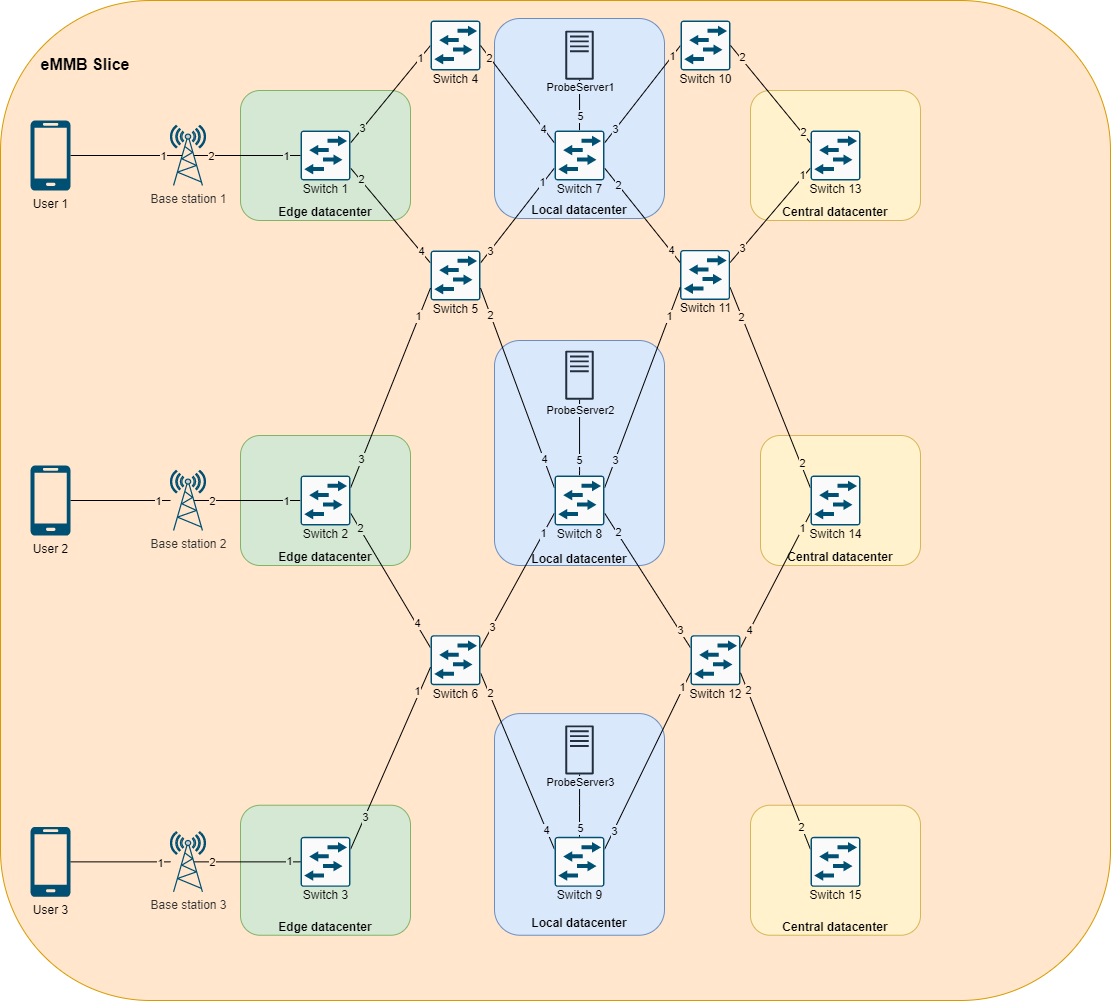
Above: images/scenario_EEE.png in SuperboGiuseppe/sdn_slicing_blueprint (draw.io), before the change. Source tidied: cells renumbered, new cells last; positions are measured from the earlier drawing's top-left corner, leaving out a move shared by most shapes.
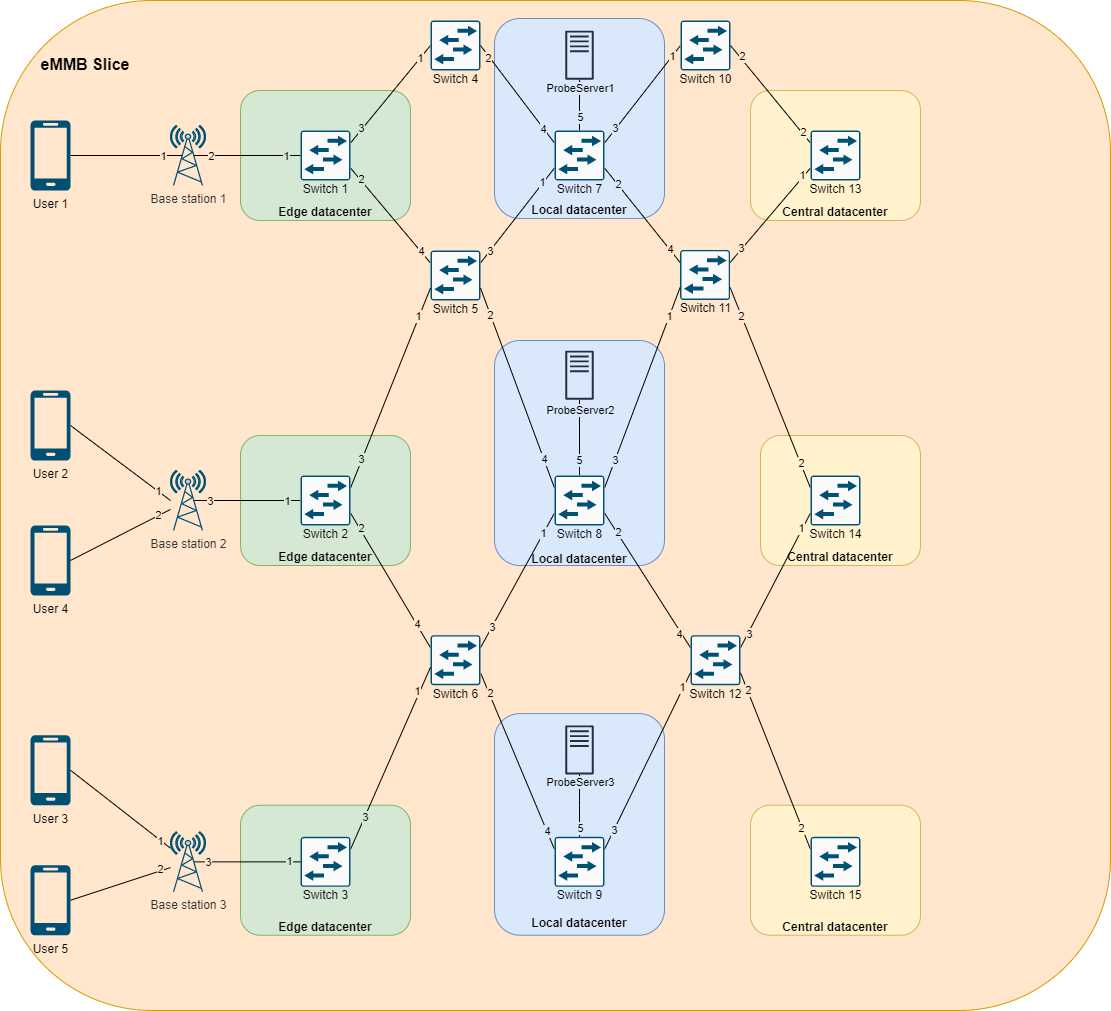
After the change.

Diff of the diagram source:
```diff
@@ -3,7 +3,7 @@
     <mxCell id="0" />
     <mxCell id="1" parent="0" />
     <mxCell id="2" style="rounded=1;whiteSpace=wrap;html=1;fillColor=#ffe6cc;strokeColor=#d79b00;" parent="1" vertex="1">
-      <mxGeometry width="1110" height="1000" as="geometry" />
+      <mxGeometry width="1110" height="1010" as="geometry" />
     </mxCell>
     <mxCell id="3" value="&lt;br&gt;&lt;br&gt;&lt;br&gt;&lt;br&gt;&lt;br&gt;&lt;br&gt;&lt;br&gt;&lt;br&gt;&lt;b&gt;Edge datacenter&lt;/b&gt;" style="rounded=1;whiteSpace=wrap;html=1;fillColor=#d5e8d4;strokeColor=#82b366;" parent="1" vertex="1">
       <mxGeometry x="240" y="804.7" width="170" height="130" as="geometry" />
@@ -211,9 +211,9 @@
     <mxCell id="56" value="1" style="edgeLabel;html=1;align=center;verticalAlign=middle;labelBackgroundColor=#D5E8D4;" parent="55" vertex="1">
       <mxGeometry x="-0.73" relative="1" as="geometry" />
     </mxCell>
-    <mxCell id="57" value="2" style="edgeLabel;html=1;align=center;verticalAlign=middle;fontColor=#000000;labelBackgroundColor=#FFE6CC;" parent="55" vertex="1">
-      <mxGeometry x="0.65" relative="1" as="geometry" />
-    </mxCell>
+    <mxCell id="122" value="3" style="edgeLabel;html=1;align=center;verticalAlign=middle;labelBackgroundColor=#FFE6CC;" parent="55" vertex="1">
+      <mxGeometry x="0.71" relative="1" as="geometry" />
+    </mxCell>
     <mxCell id="58" value="Switch 2" style="points=[[0.015,0.015,0],[0.985,0.015,0],[0.985,0.985,0],[0.015,0.985,0],[0.25,0,0],[0.5,0,0],[0.75,0,0],[1,0.25,0],[1,0.5,0],[1,0.75,0],[0.75,1,0],[0.5,1,0],[0.25,1,0],[0,0.75,0],[0,0.5,0],[0,0.25,0]];verticalLabelPosition=bottom;html=1;verticalAlign=top;align=center;shape=mxgraph.cisco19.rect;prIcon=l2_switch;fillColor=#FAFAFA;strokeColor=#005073;spacing=-3;" parent="1" vertex="1">
       <mxGeometry x="300" y="475" width="50" height="50" as="geometry" />
     </mxCell>
@@ -278,9 +278,9 @@
         <mxPoint x="-5" y="-8" as="offset" />
       </mxGeometry>
     </mxCell>
-    <mxCell id="74" value="3" style="edgeLabel;html=1;align=center;verticalAlign=middle;fontColor=#000000;labelBackgroundColor=#FFE6CC;" parent="72" vertex="1">
-      <mxGeometry x="0.74" y="1" relative="1" as="geometry" />
-    </mxCell>
+    <mxCell id="81" value="4" style="edgeLabel;html=1;align=center;verticalAlign=middle;labelBorderColor=none;labelBackgroundColor=#FFE6CC;" parent="72" vertex="1">
+      <mxGeometry x="0.78" y="-2" relative="1" as="geometry" />
+    </mxCell>
     <mxCell id="75" style="edgeStyle=orthogonalEdgeStyle;rounded=0;jettySize=auto;html=1;exitX=0.5;exitY=0;exitDx=0;exitDy=0;exitPerimeter=0;endArrow=none;endFill=0;" parent="1" edge="1" source="78" target="120">
       <mxGeometry relative="1" as="geometry">
         <Array as="points">
@@ -306,11 +306,9 @@
     <mxCell id="80" value="1" style="edgeLabel;html=1;align=center;verticalAlign=middle;fontColor=#000000;labelBackgroundColor=#FFF2CC;" parent="79" vertex="1">
       <mxGeometry x="0.76" y="1" relative="1" as="geometry" />
     </mxCell>
-    <mxCell id="81" value="4" style="edgeLabel;html=1;align=center;verticalAlign=middle;fontColor=#000000;labelBackgroundColor=#FFE6CC;" parent="79" vertex="1">
-      <mxGeometry x="-0.69" relative="1" as="geometry">
-        <mxPoint x="-2" y="3" as="offset" />
-      </mxGeometry>
-    </mxCell>
+    <mxCell id="123" value="3" style="edgeLabel;html=1;align=center;verticalAlign=middle;labelBackgroundColor=#FFE6CC;" parent="79" vertex="1">
+      <mxGeometry x="-0.79" y="-1" relative="1" as="geometry" />
+    </mxCell>
     <mxCell id="82" value="Switch 12" style="points=[[0.015,0.015,0],[0.985,0.015,0],[0.985,0.985,0],[0.015,0.985,0],[0.25,0,0],[0.5,0,0],[0.75,0,0],[1,0.25,0],[1,0.5,0],[1,0.75,0],[0.75,1,0],[0.5,1,0],[0.25,1,0],[0,0.75,0],[0,0.5,0],[0,0.25,0]];verticalLabelPosition=bottom;html=1;verticalAlign=top;align=center;shape=mxgraph.cisco19.rect;prIcon=l2_switch;fillColor=#FAFAFA;strokeColor=#005073;spacing=-3;" parent="1" vertex="1">
       <mxGeometry x="690" y="634.7" width="50" height="50" as="geometry" />
     </mxCell>
@@ -399,14 +397,12 @@
     <mxCell id="105" style="edgeStyle=orthogonalEdgeStyle;rounded=0;jettySize=auto;html=1;exitX=0.67;exitY=0.5;exitDx=0;exitDy=0;exitPerimeter=0;entryX=0;entryY=0.5;entryDx=0;entryDy=0;entryPerimeter=0;endArrow=none;endFill=0;" parent="1" edge="1" source="108" target="88">
       <mxGeometry relative="1" as="geometry" />
     </mxCell>
-    <mxCell id="106" value="2" style="edgeLabel;html=1;align=center;verticalAlign=middle;fontColor=#000000;labelBackgroundColor=#FFE6CC;" parent="105" vertex="1">
-      <mxGeometry x="-0.66" y="1" relative="1" as="geometry">
-        <mxPoint y="1" as="offset" />
-      </mxGeometry>
-    </mxCell>
     <mxCell id="107" value="1" style="edgeLabel;html=1;align=center;verticalAlign=middle;fontColor=#000000;labelBackgroundColor=#D5E8D4;" parent="105" vertex="1">
       <mxGeometry x="0.78" y="1" relative="1" as="geometry" />
     </mxCell>
+    <mxCell id="124" value="3" style="edgeLabel;html=1;align=center;verticalAlign=middle;labelBackgroundColor=#FFE6CC;" parent="105" vertex="1">
+      <mxGeometry x="-0.75" relative="1" as="geometry" />
+    </mxCell>
     <mxCell id="108" value="&lt;font color=&quot;#333333&quot;&gt;Base station 3&lt;br&gt;&lt;/font&gt;" style="fontColor=#0066CC;verticalAlign=top;verticalLabelPosition=bottom;labelPosition=center;align=center;html=1;outlineConnect=0;fillColor=#CCCCCC;gradientColor=none;gradientDirection=north;strokeWidth=2;shape=mxgraph.networks.radio_tower;strokeColor=#005073;" parent="1" vertex="1">
       <mxGeometry x="170" y="831.4" width="35" height="60" as="geometry" />
     </mxCell>
@@ -421,23 +417,25 @@
     <mxCell id="111" value="User 1" style="verticalLabelPosition=bottom;html=1;verticalAlign=top;align=center;strokeColor=none;shape=mxgraph.azure.mobile;fillColor=#005073;" parent="1" vertex="1">
       <mxGeometry x="30" y="120" width="40" height="70" as="geometry" />
     </mxCell>
-    <mxCell id="112" style="edgeStyle=orthogonalEdgeStyle;rounded=0;jettySize=auto;html=1;exitX=1;exitY=0.5;exitDx=0;exitDy=0;exitPerimeter=0;endArrow=none;endFill=0;" parent="1" edge="1" source="114" target="104">
-      <mxGeometry relative="1" as="geometry" />
+    <mxCell id="112" style="rounded=0;jettySize=auto;html=1;exitX=1;exitY=0.5;exitDx=0;exitDy=0;exitPerimeter=0;endArrow=none;endFill=0;" parent="1" edge="1" source="114">
+      <mxGeometry relative="1" as="geometry">
+        <mxPoint x="170" y="500" as="targetPoint" />
+      </mxGeometry>
     </mxCell>
     <mxCell id="113" value="1" style="edgeLabel;html=1;align=center;verticalAlign=middle;fontColor=#000000;labelBackgroundColor=#FFE6CC;" parent="112" vertex="1">
       <mxGeometry x="0.75" relative="1" as="geometry" />
     </mxCell>
     <mxCell id="114" value="User 2" style="verticalLabelPosition=bottom;html=1;verticalAlign=top;align=center;strokeColor=none;shape=mxgraph.azure.mobile;fillColor=#005073;" parent="1" vertex="1">
-      <mxGeometry x="30" y="465" width="40" height="70" as="geometry" />
+      <mxGeometry x="30" y="390" width="40" height="70" as="geometry" />
     </mxCell>
-    <mxCell id="115" style="edgeStyle=orthogonalEdgeStyle;rounded=0;jettySize=auto;html=1;exitX=1;exitY=0.5;exitDx=0;exitDy=0;exitPerimeter=0;fontColor=#000000;endArrow=none;endFill=0;" parent="1" edge="1" source="117" target="108">
+    <mxCell id="115" style="rounded=0;jettySize=auto;html=1;exitX=1;exitY=0.5;exitDx=0;exitDy=0;exitPerimeter=0;fontColor=#000000;endArrow=none;endFill=0;" parent="1" edge="1" source="117" target="108">
       <mxGeometry relative="1" as="geometry" />
     </mxCell>
     <mxCell id="116" value="1" style="edgeLabel;html=1;align=center;verticalAlign=middle;fontColor=#000000;labelBorderColor=none;labelBackgroundColor=#FFE6CC;" parent="115" vertex="1">
       <mxGeometry x="0.79" y="-1" relative="1" as="geometry" />
     </mxCell>
     <mxCell id="117" value="User 3" style="verticalLabelPosition=bottom;html=1;verticalAlign=top;align=center;strokeColor=none;shape=mxgraph.azure.mobile;fillColor=#005073;" parent="1" vertex="1">
-      <mxGeometry x="30" y="826.4" width="40" height="70" as="geometry" />
+      <mxGeometry x="30" y="734.7" width="40" height="70" as="geometry" />
     </mxCell>
     <mxCell id="118" value="&lt;b&gt;&lt;font style=&quot;font-size: 16px&quot;&gt;eMMB Slice&lt;/font&gt;&lt;/b&gt;" style="text;html=1;strokeColor=none;fillColor=none;align=center;verticalAlign=middle;whiteSpace=wrap;rounded=0;" parent="1" vertex="1">
       <mxGeometry x="10" y="49.4" width="150" height="30" as="geometry" />
@@ -451,5 +449,25 @@
     <mxCell id="121" style="outlineConnect=0;fontColor=#232F3E;gradientColor=none;fillColor=#232F3E;strokeColor=none;dashed=0;verticalLabelPosition=bottom;verticalAlign=top;align=center;html=1;fontSize=12;fontStyle=0;shape=mxgraph.aws4.traditional_server;" parent="1" vertex="1">
       <mxGeometry x="564.8" y="724.7" width="28.5" height="49.4" as="geometry" />
     </mxCell>
+    <mxCell id="125" style="edgeStyle=none;rounded=0;jettySize=auto;html=1;exitX=1;exitY=0.5;exitDx=0;exitDy=0;exitPerimeter=0;endArrow=none;endFill=0;" parent="1" edge="1" source="127" target="104">
+      <mxGeometry relative="1" as="geometry" />
+    </mxCell>
+    <mxCell id="126" value="2" style="edgeLabel;html=1;align=center;verticalAlign=middle;labelBackgroundColor=#FFE6CC;" parent="125" vertex="1">
+      <mxGeometry x="0.77" y="1" relative="1" as="geometry" />
+    </mxCell>
+    <mxCell id="127" value="User 4" style="verticalLabelPosition=bottom;html=1;verticalAlign=top;align=center;strokeColor=none;shape=mxgraph.azure.mobile;fillColor=#005073;" parent="1" vertex="1">
+      <mxGeometry x="30" y="525" width="40" height="70" as="geometry" />
+    </mxCell>
+    <mxCell id="128" style="edgeStyle=none;rounded=0;jettySize=auto;html=1;exitX=1;exitY=0.5;exitDx=0;exitDy=0;exitPerimeter=0;endArrow=none;endFill=0;" parent="1" edge="1" source="130" target="108">
+      <mxGeometry relative="1" as="geometry" />
+    </mxCell>
+    <mxCell id="129" value="2" style="edgeLabel;html=1;align=center;verticalAlign=middle;labelBackgroundColor=#FFE6CC;" parent="128" vertex="1">
+      <mxGeometry x="0.77" y="2" relative="1" as="geometry">
+        <mxPoint x="2" as="offset" />
+      </mxGeometry>
+    </mxCell>
+    <mxCell id="130" value="User 5" style="verticalLabelPosition=bottom;html=1;verticalAlign=top;align=center;strokeColor=none;shape=mxgraph.azure.mobile;fillColor=#005073;" parent="1" vertex="1">
+      <mxGeometry x="30" y="864.7" width="40" height="70" as="geometry" />
+    </mxCell>
   </root>
 </mxGraphModel>
```
